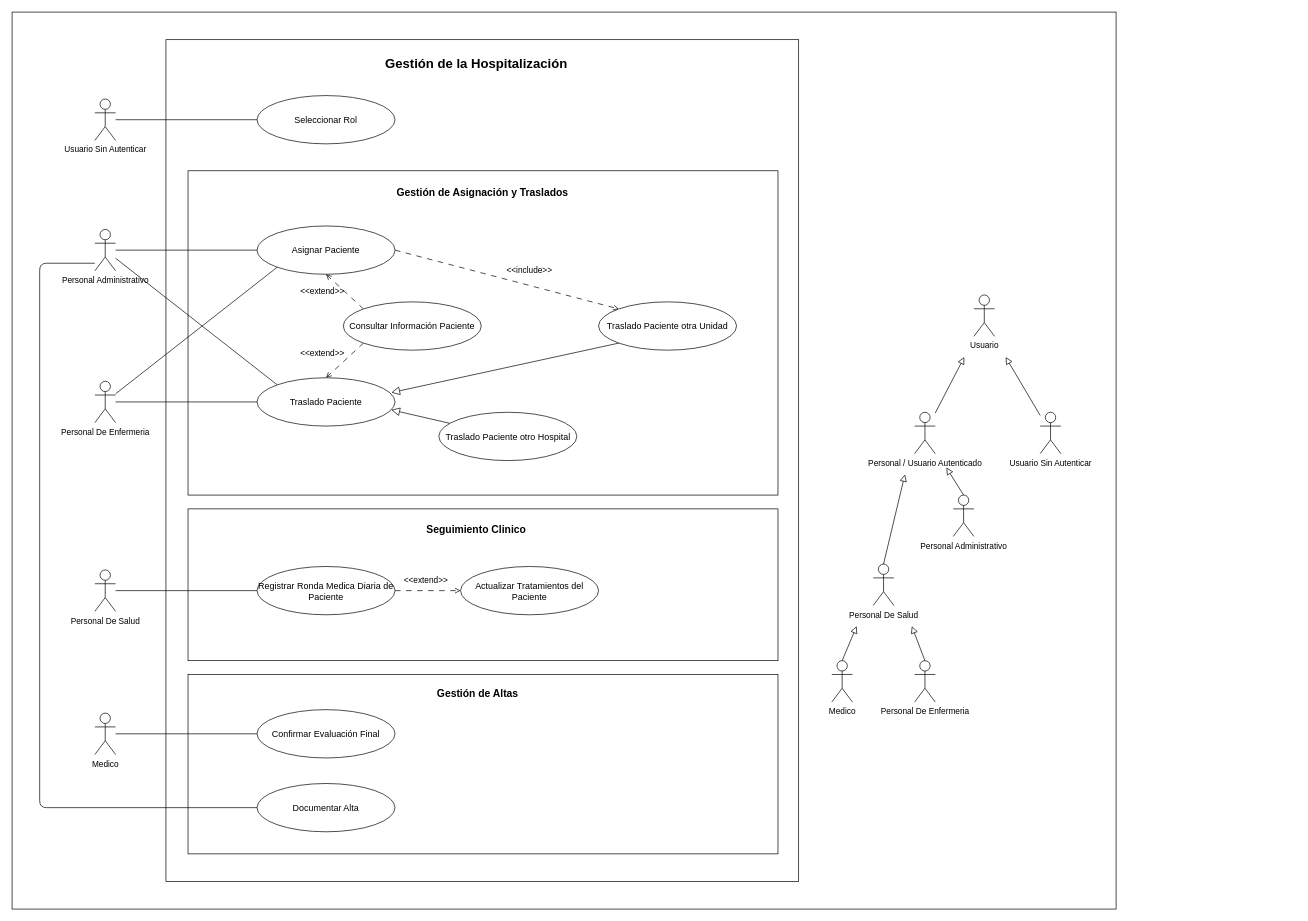
Before: uml/Diagrama de Casos de Usos/Diagrama de Casos de Uso.drawio in stoica25-byte/Reto-2-Entornos-Programacion, a draw.io diagram. Source tidied: cells renumbered, new cells numbered last; positions are measured from the earlier drawing's top-left corner, leaving out a move shared by most shapes. Both pictures are drawn from the tidied source at 69%, with x=0, y=0 at pixel (12, 12).
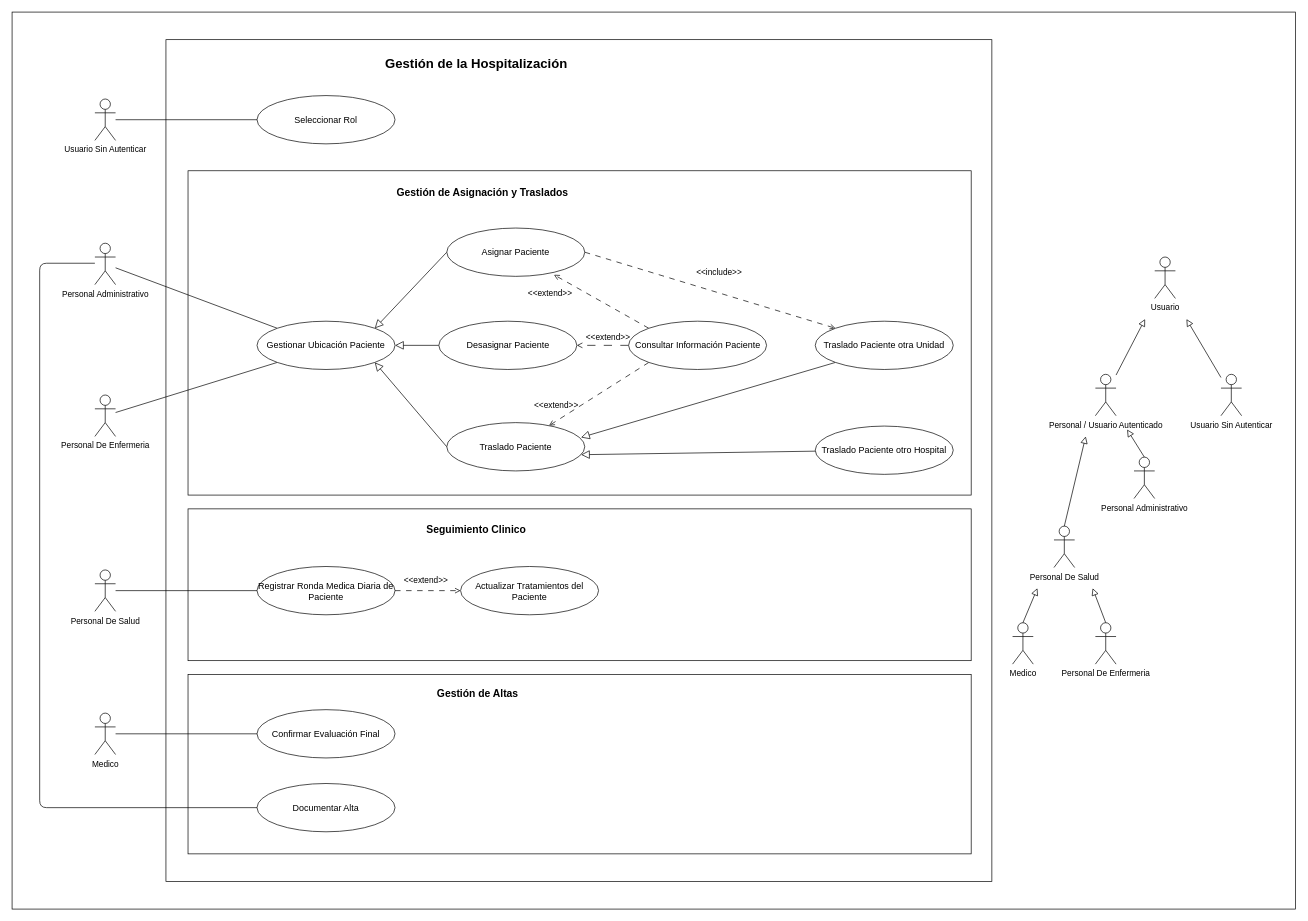
After the change.

Commit message (it also covers changes not shown here):
Modificación del diagrama de casos de uso. Diagrama Listo

Unchanged cells that the change refers to:
```xml
<mxCell id="38" value="Registrar Ronda Medica Diaria de Paciente" style="ellipse;whiteSpace=wrap;html=1;fontSize=13;" parent="1" vertex="1">
  <mxGeometry x="355" y="803.5" width="200" height="70" as="geometry" />
</mxCell>
<mxCell id="42" value="Confirmar Evaluación Final" style="ellipse;whiteSpace=wrap;html=1;fontSize=13;" parent="1" vertex="1">
  <mxGeometry x="355" y="1011" width="200" height="70" as="geometry" />
</mxCell>
<mxCell id="43" value="Documentar Alta" style="ellipse;whiteSpace=wrap;html=1;fontSize=13;" parent="1" vertex="1">
  <mxGeometry x="355" y="1118" width="200" height="70" as="geometry" />
</mxCell>
<mxCell id="47" value="Seleccionar Rol" style="ellipse;whiteSpace=wrap;html=1;fontSize=13;" parent="1" vertex="1">
  <mxGeometry x="355" y="121" width="200" height="70" as="geometry" />
</mxCell>
```

The edit, as a diff of the source:
```diff
@@
-    <mxCell id="2" style="rounded=0;whiteSpace=wrap;html=1;fillColor=default;" parent="1" vertex="1">
-      <mxGeometry width="1600" height="1300" as="geometry" />
-    </mxCell>
-    <mxCell id="3" style="rounded=0;whiteSpace=wrap;html=1;fillColor=none;" parent="1" vertex="1">
-      <mxGeometry x="223" y="40" width="917" height="1220" as="geometry" />
-    </mxCell>
-    <mxCell id="4" style="rounded=0;whiteSpace=wrap;html=1;fillColor=none;" parent="1" vertex="1">
-      <mxGeometry x="255" y="720" width="855" height="220" as="geometry" />
-    </mxCell>
-    <mxCell id="5" style="rounded=0;whiteSpace=wrap;html=1;fillColor=none;" parent="1" vertex="1">
-      <mxGeometry x="255" y="230" width="855" height="470" as="geometry" />
-    </mxCell>
-    <mxCell id="6" style="rounded=0;whiteSpace=wrap;html=1;" parent="1" vertex="1">
-      <mxGeometry x="255" y="960" width="855" height="260" as="geometry" />
-    </mxCell>
-    <mxCell id="7" style="rounded=0;jettySize=auto;html=1;endArrow=block;endFill=0;endSize=8;" parent="1" edge="1" source="8">
-      <mxGeometry relative="1" as="geometry">
-        <mxPoint x="1380" y="500" as="targetPoint" />
-      </mxGeometry>
-    </mxCell>
+    <mxCell id="57" style="rounded=0;whiteSpace=wrap;html=1;fillColor=default;" parent="1" vertex="1">
+      <mxGeometry width="1860" height="1300" as="geometry" />
+    </mxCell>
+    <mxCell id="58" style="rounded=0;whiteSpace=wrap;html=1;fillColor=none;" parent="1" vertex="1">
+      <mxGeometry x="223" y="40" width="1197" height="1220" as="geometry" />
+    </mxCell>
+    <mxCell id="59" style="rounded=0;whiteSpace=wrap;html=1;fillColor=none;" parent="1" vertex="1">
+      <mxGeometry x="255" y="720" width="1135" height="220" as="geometry" />
+    </mxCell>
+    <mxCell id="60" style="rounded=0;whiteSpace=wrap;html=1;fillColor=none;" parent="1" vertex="1">
+      <mxGeometry x="255" y="230" width="1135" height="470" as="geometry" />
+    </mxCell>
+    <mxCell id="61" style="rounded=0;whiteSpace=wrap;html=1;" parent="1" vertex="1">
+      <mxGeometry x="255" y="960" width="1135" height="260" as="geometry" />
+    </mxCell>
+    <mxCell id="62" style="rounded=0;jettySize=auto;html=1;endArrow=block;endFill=0;endSize=8;" parent="1" edge="1" source="8">
+      <mxGeometry relative="1" as="geometry">
+        <mxPoint x="1642" y="445" as="targetPoint" />
+      </mxGeometry>
+    </mxCell>
     <mxCell id="8" value="Personal / Usuario Autenticado" style="shape=umlActor;verticalLabelPosition=bottom;verticalAlign=top;html=1;outlineConnect=0;" parent="1" vertex="1">
-      <mxGeometry x="1308" y="580" width="30" height="60" as="geometry" />
+      <mxGeometry x="1570" y="525" width="30" height="60" as="geometry" />
     </mxCell>
-    <mxCell id="9" value="Personal De Salud" style="shape=umlActor;verticalLabelPosition=bottom;verticalAlign=top;html=1;outlineConnect=0;" parent="1" vertex="1">
-      <mxGeometry x="1248" y="800" width="30" height="60" as="geometry" />
-    </mxCell>
-    <mxCell id="10" value="Personal Administrativo" style="shape=umlActor;verticalLabelPosition=bottom;verticalAlign=top;html=1;outlineConnect=0;" parent="1" vertex="1">
-      <mxGeometry x="1364" y="700" width="30" height="60" as="geometry" />
-    </mxCell>
-    <mxCell id="11" style="rounded=0;jettySize=auto;html=1;endArrow=block;endFill=0;strokeWidth=1;endSize=8;exitX=0.5;exitY=0;exitDx=0;exitDy=0;exitPerimeter=0;" parent="1" edge="1" source="9">
-      <mxGeometry relative="1" as="geometry">
-        <mxPoint x="1294" y="670" as="targetPoint" />
-      </mxGeometry>
-    </mxCell>
-    <mxCell id="12" style="rounded=0;jettySize=auto;html=1;endArrow=block;endFill=0;strokeWidth=1;endSize=8;exitX=0.5;exitY=0;exitDx=0;exitDy=0;exitPerimeter=0;" parent="1" edge="1" source="10">
-      <mxGeometry relative="1" as="geometry">
-        <mxPoint x="1354" y="660" as="targetPoint" />
-      </mxGeometry>
-    </mxCell>
-    <mxCell id="13" value="Medico" style="shape=umlActor;verticalLabelPosition=bottom;verticalAlign=top;html=1;outlineConnect=0;" parent="1" vertex="1">
-      <mxGeometry x="1188" y="940" width="30" height="60" as="geometry" />
-    </mxCell>
-    <mxCell id="14" value="Personal De Enfermeria" style="shape=umlActor;verticalLabelPosition=bottom;verticalAlign=top;html=1;outlineConnect=0;" parent="1" vertex="1">
-      <mxGeometry x="1308" y="940" width="30" height="60" as="geometry" />
-    </mxCell>
-    <mxCell id="15" style="rounded=0;jettySize=auto;html=1;endArrow=block;endFill=0;strokeWidth=1;endSize=8;exitX=0.5;exitY=0;exitDx=0;exitDy=0;exitPerimeter=0;" parent="1" edge="1" source="13">
-      <mxGeometry relative="1" as="geometry">
-        <mxPoint x="1224" y="890" as="targetPoint" />
-      </mxGeometry>
-    </mxCell>
-    <mxCell id="16" style="rounded=0;jettySize=auto;html=1;endArrow=block;endFill=0;strokeWidth=1;endSize=8;exitX=0.5;exitY=0;exitDx=0;exitDy=0;exitPerimeter=0;" parent="1" edge="1" source="14">
-      <mxGeometry relative="1" as="geometry">
-        <mxPoint x="1304" y="890" as="targetPoint" />
-      </mxGeometry>
-    </mxCell>
+    <mxCell id="63" value="Personal De Salud" style="shape=umlActor;verticalLabelPosition=bottom;verticalAlign=top;html=1;outlineConnect=0;" parent="1" vertex="1">
+      <mxGeometry x="1510" y="745" width="30" height="60" as="geometry" />
+    </mxCell>
+    <mxCell id="64" value="Personal Administrativo" style="shape=umlActor;verticalLabelPosition=bottom;verticalAlign=top;html=1;outlineConnect=0;" parent="1" vertex="1">
+      <mxGeometry x="1626" y="645" width="30" height="60" as="geometry" />
+    </mxCell>
+    <mxCell id="65" style="rounded=0;jettySize=auto;html=1;endArrow=block;endFill=0;strokeWidth=1;endSize=8;exitX=0.5;exitY=0;exitDx=0;exitDy=0;exitPerimeter=0;" parent="1" edge="1" source="63">
+      <mxGeometry relative="1" as="geometry">
+        <mxPoint x="1556" y="615" as="targetPoint" />
+      </mxGeometry>
+    </mxCell>
+    <mxCell id="66" style="rounded=0;jettySize=auto;html=1;endArrow=block;endFill=0;strokeWidth=1;endSize=8;exitX=0.5;exitY=0;exitDx=0;exitDy=0;exitPerimeter=0;" parent="1" edge="1" source="64">
+      <mxGeometry relative="1" as="geometry">
+        <mxPoint x="1616" y="605" as="targetPoint" />
+      </mxGeometry>
+    </mxCell>
+    <mxCell id="67" value="Medico" style="shape=umlActor;verticalLabelPosition=bottom;verticalAlign=top;html=1;outlineConnect=0;" parent="1" vertex="1">
+      <mxGeometry x="1450" y="885" width="30" height="60" as="geometry" />
+    </mxCell>
+    <mxCell id="68" value="Personal De Enfermeria" style="shape=umlActor;verticalLabelPosition=bottom;verticalAlign=top;html=1;outlineConnect=0;" parent="1" vertex="1">
+      <mxGeometry x="1570" y="885" width="30" height="60" as="geometry" />
+    </mxCell>
+    <mxCell id="69" style="rounded=0;jettySize=auto;html=1;endArrow=block;endFill=0;strokeWidth=1;endSize=8;exitX=0.5;exitY=0;exitDx=0;exitDy=0;exitPerimeter=0;" parent="1" edge="1" source="67">
+      <mxGeometry relative="1" as="geometry">
+        <mxPoint x="1486" y="835" as="targetPoint" />
+      </mxGeometry>
+    </mxCell>
+    <mxCell id="70" style="rounded=0;jettySize=auto;html=1;endArrow=block;endFill=0;strokeWidth=1;endSize=8;exitX=0.5;exitY=0;exitDx=0;exitDy=0;exitPerimeter=0;" parent="1" edge="1" source="68">
+      <mxGeometry relative="1" as="geometry">
+        <mxPoint x="1566" y="835" as="targetPoint" />
+      </mxGeometry>
+    </mxCell>
@@
+    <mxCell id="71" style="rounded=0;jettySize=auto;html=1;entryX=1;entryY=0;entryDx=0;entryDy=0;exitX=0;exitY=0.5;exitDx=0;exitDy=0;endSize=10;endArrow=block;endFill=0;" parent="1" edge="1" source="18" target="90">
+      <mxGeometry relative="1" as="geometry" />
+    </mxCell>
     <mxCell id="18" value="Asignar Paciente" style="ellipse;whiteSpace=wrap;html=1;fontSize=13;" parent="1" vertex="1">
-      <mxGeometry x="355" y="310" width="200" height="70" as="geometry" />
+      <mxGeometry x="630" y="313" width="200" height="70" as="geometry" />
     </mxCell>
-    <mxCell id="19" style="rounded=0;jettySize=auto;html=1;endArrow=none;endFill=0;" parent="1" edge="1" source="22" target="18">
-      <mxGeometry relative="1" as="geometry" />
-    </mxCell>
-    <mxCell id="20" style="rounded=0;jettySize=auto;html=1;entryX=0;entryY=0;entryDx=0;entryDy=0;endArrow=none;endFill=0;" parent="1" edge="1" source="22" target="29">
-      <mxGeometry relative="1" as="geometry" />
-    </mxCell>
-    <mxCell id="21" style="edgeStyle=orthogonalEdgeStyle;rounded=1;jettySize=auto;html=1;entryX=0;entryY=0.5;entryDx=0;entryDy=0;curved=0;endArrow=none;endFill=0;" parent="1" edge="1" source="22" target="43">
-      <mxGeometry relative="1" as="geometry">
-        <Array as="points">
-          <mxPoint x="40" y="364" />
-          <mxPoint x="40" y="1153" />
-        </Array>
-      </mxGeometry>
-    </mxCell>
-    <mxCell id="22" value="Personal Administrativo" style="shape=umlActor;verticalLabelPosition=bottom;verticalAlign=top;html=1;outlineConnect=0;" parent="1" vertex="1">
-      <mxGeometry x="120" y="315" width="30" height="60" as="geometry" />
-    </mxCell>
-    <mxCell id="23" style="rounded=0;jettySize=auto;html=1;entryX=0;entryY=1;entryDx=0;entryDy=0;endArrow=none;endFill=0;" parent="1" edge="1" source="25" target="18">
-      <mxGeometry relative="1" as="geometry" />
-    </mxCell>
-    <mxCell id="24" style="edgeStyle=orthogonalEdgeStyle;rounded=0;jettySize=auto;html=1;entryX=0;entryY=0.5;entryDx=0;entryDy=0;endArrow=none;endFill=0;" parent="1" edge="1" source="25" target="29">
-      <mxGeometry relative="1" as="geometry" />
-    </mxCell>
-    <mxCell id="25" value="Personal De Enfermeria" style="shape=umlActor;verticalLabelPosition=bottom;verticalAlign=top;html=1;outlineConnect=0;" parent="1" vertex="1">
-      <mxGeometry x="120" y="535" width="30" height="60" as="geometry" />
-    </mxCell>
+    <mxCell id="72" style="rounded=0;jettySize=auto;html=1;endArrow=none;endFill=0;entryX=0;entryY=0;entryDx=0;entryDy=0;" parent="1" edge="1" source="74" target="90">
+      <mxGeometry relative="1" as="geometry" />
+    </mxCell>
+    <mxCell id="73" style="edgeStyle=orthogonalEdgeStyle;rounded=1;jettySize=auto;html=1;entryX=0;entryY=0.5;entryDx=0;entryDy=0;curved=0;endArrow=none;endFill=0;" parent="1" edge="1" source="74" target="43">
+      <mxGeometry relative="1" as="geometry">
+        <Array as="points">
+          <mxPoint x="40" y="364" />
+          <mxPoint x="40" y="1153" />
+        </Array>
+      </mxGeometry>
+    </mxCell>
+    <mxCell id="74" value="Personal Administrativo" style="shape=umlActor;verticalLabelPosition=bottom;verticalAlign=top;html=1;outlineConnect=0;" parent="1" vertex="1">
+      <mxGeometry x="120" y="335" width="30" height="60" as="geometry" />
+    </mxCell>
+    <mxCell id="75" style="rounded=0;jettySize=auto;html=1;endArrow=none;endFill=0;entryX=0;entryY=1;entryDx=0;entryDy=0;" parent="1" edge="1" source="76" target="90">
+      <mxGeometry relative="1" as="geometry" />
+    </mxCell>
+    <mxCell id="76" value="Personal De Enfermeria" style="shape=umlActor;verticalLabelPosition=bottom;verticalAlign=top;html=1;outlineConnect=0;" parent="1" vertex="1">
+      <mxGeometry x="120" y="555" width="30" height="60" as="geometry" />
+    </mxCell>
-    <mxCell id="26" style="rounded=0;jettySize=auto;html=1;exitX=0;exitY=1;exitDx=0;exitDy=0;entryX=0.5;entryY=0;entryDx=0;entryDy=0;dashed=1;dashPattern=8 8;endArrow=open;endFill=0;" parent="1" edge="1" source="28" target="29">
+    <mxCell id="26" style="rounded=0;jettySize=auto;html=1;exitX=0;exitY=1;exitDx=0;exitDy=0;dashed=1;dashPattern=8 8;endArrow=open;endFill=0;" parent="1" edge="1" source="28" target="29">
       <mxGeometry relative="1" as="geometry" />
     </mxCell>
-    <mxCell id="27" style="rounded=0;jettySize=auto;html=1;exitX=0;exitY=0;exitDx=0;exitDy=0;entryX=0.5;entryY=1;entryDx=0;entryDy=0;dashed=1;dashPattern=8 8;endArrow=open;endFill=0;" parent="1" edge="1" source="28" target="18">
+    <mxCell id="27" style="rounded=0;jettySize=auto;html=1;exitX=0;exitY=0;exitDx=0;exitDy=0;entryX=0.777;entryY=0.968;entryDx=0;entryDy=0;dashed=1;dashPattern=8 8;endArrow=open;endFill=0;entryPerimeter=0;" parent="1" edge="1" source="28" target="18">
       <mxGeometry relative="1" as="geometry" />
     </mxCell>
+    <mxCell id="77" style="edgeStyle=orthogonalEdgeStyle;rounded=0;jettySize=auto;html=1;entryX=1;entryY=0.5;entryDx=0;entryDy=0;endArrow=open;endFill=0;dashed=1;dashPattern=12 12;" parent="1" edge="1" source="28" target="92">
+      <mxGeometry relative="1" as="geometry" />
+    </mxCell>
     <mxCell id="28" value="Consultar Información Paciente" style="ellipse;whiteSpace=wrap;html=1;fontSize=13;" parent="1" vertex="1">
-      <mxGeometry x="480" y="420" width="200" height="70" as="geometry" />
+      <mxGeometry x="893.5" y="448" width="200" height="70" as="geometry" />
     </mxCell>
+    <mxCell id="78" style="rounded=0;jettySize=auto;html=1;entryX=1;entryY=1;entryDx=0;entryDy=0;exitX=0;exitY=0.5;exitDx=0;exitDy=0;endSize=10;endArrow=block;endFill=0;" parent="1" edge="1" source="29" target="90">
+      <mxGeometry relative="1" as="geometry" />
+    </mxCell>
     <mxCell id="29" value="Traslado Paciente" style="ellipse;whiteSpace=wrap;html=1;fontSize=13;" parent="1" vertex="1">
-      <mxGeometry x="355" y="530" width="200" height="70" as="geometry" />
+      <mxGeometry x="630" y="595" width="200" height="70" as="geometry" />
     </mxCell>
@@
     <mxCell id="31" value="Traslado Paciente otra Unidad" style="ellipse;whiteSpace=wrap;html=1;fontSize=13;" parent="1" vertex="1">
-      <mxGeometry x="850" y="420" width="200" height="70" as="geometry" />
+      <mxGeometry x="1164" y="448" width="200" height="70" as="geometry" />
     </mxCell>
     <mxCell id="32" value="Traslado Paciente otro Hospital" style="ellipse;whiteSpace=wrap;html=1;fontSize=13;" parent="1" vertex="1">
-      <mxGeometry x="618.5" y="580" width="200" height="70" as="geometry" />
+      <mxGeometry x="1164" y="600" width="200" height="70" as="geometry" />
     </mxCell>
-    <mxCell id="33" value="&amp;lt;&amp;lt;extend&amp;gt;&amp;gt;" style="text;html=1;align=center;verticalAlign=middle;whiteSpace=wrap;rounded=0;" parent="1" vertex="1">
-      <mxGeometry x="420" y="390" width="60" height="30" as="geometry" />
-    </mxCell>
+    <mxCell id="79" value="&amp;lt;&amp;lt;extend&amp;gt;&amp;gt;" style="text;html=1;align=center;verticalAlign=middle;whiteSpace=wrap;rounded=0;" parent="1" vertex="1">
+      <mxGeometry x="750" y="393" width="60" height="30" as="geometry" />
+    </mxCell>
     <mxCell id="34" value="Usuario" style="shape=umlActor;verticalLabelPosition=bottom;verticalAlign=top;html=1;" parent="1" vertex="1">
-      <mxGeometry x="1394" y="410" width="30" height="60" as="geometry" />
+      <mxGeometry x="1656" y="355" width="30" height="60" as="geometry" />
     </mxCell>
-    <mxCell id="35" style="edgeStyle=orthogonalEdgeStyle;rounded=0;jettySize=auto;html=1;entryX=0;entryY=0.5;entryDx=0;entryDy=0;endArrow=none;endFill=0;" parent="1" edge="1" source="36" target="38">
-      <mxGeometry relative="1" as="geometry" />
-    </mxCell>
-    <mxCell id="36" value="Personal De Salud" style="shape=umlActor;verticalLabelPosition=bottom;verticalAlign=top;html=1;outlineConnect=0;" parent="1" vertex="1">
-      <mxGeometry x="120" y="808.5" width="30" height="60" as="geometry" />
-    </mxCell>
+    <mxCell id="80" style="edgeStyle=orthogonalEdgeStyle;rounded=0;jettySize=auto;html=1;entryX=0;entryY=0.5;entryDx=0;entryDy=0;endArrow=none;endFill=0;" parent="1" edge="1" source="81" target="38">
+      <mxGeometry relative="1" as="geometry" />
+    </mxCell>
+    <mxCell id="81" value="Personal De Salud" style="shape=umlActor;verticalLabelPosition=bottom;verticalAlign=top;html=1;outlineConnect=0;" parent="1" vertex="1">
+      <mxGeometry x="120" y="808.5" width="30" height="60" as="geometry" />
+    </mxCell>
@@
-    <mxCell id="40" style="edgeStyle=orthogonalEdgeStyle;rounded=0;jettySize=auto;html=1;entryX=0;entryY=0.5;entryDx=0;entryDy=0;endArrow=none;endFill=0;" parent="1" edge="1" source="41" target="42">
-      <mxGeometry relative="1" as="geometry" />
-    </mxCell>
-    <mxCell id="41" value="Medico" style="shape=umlActor;verticalLabelPosition=bottom;verticalAlign=top;html=1;outlineConnect=0;" parent="1" vertex="1">
-      <mxGeometry x="120" y="1016" width="30" height="60" as="geometry" />
-    </mxCell>
+    <mxCell id="82" style="edgeStyle=orthogonalEdgeStyle;rounded=0;jettySize=auto;html=1;entryX=0;entryY=0.5;entryDx=0;entryDy=0;endArrow=none;endFill=0;" parent="1" edge="1" source="83" target="42">
+      <mxGeometry relative="1" as="geometry" />
+    </mxCell>
+    <mxCell id="83" value="Medico" style="shape=umlActor;verticalLabelPosition=bottom;verticalAlign=top;html=1;outlineConnect=0;" parent="1" vertex="1">
+      <mxGeometry x="120" y="1016" width="30" height="60" as="geometry" />
+    </mxCell>
@@
-    <mxCell id="45" style="edgeStyle=orthogonalEdgeStyle;rounded=0;jettySize=auto;html=1;entryX=0;entryY=0.5;entryDx=0;entryDy=0;endArrow=none;endFill=0;" parent="1" edge="1" source="46" target="47">
-      <mxGeometry relative="1" as="geometry" />
-    </mxCell>
-    <mxCell id="46" value="Usuario Sin Autenticar" style="shape=umlActor;verticalLabelPosition=bottom;verticalAlign=top;html=1;outlineConnect=0;" parent="1" vertex="1">
-      <mxGeometry x="120" y="126" width="30" height="60" as="geometry" />
-    </mxCell>
+    <mxCell id="84" style="edgeStyle=orthogonalEdgeStyle;rounded=0;jettySize=auto;html=1;entryX=0;entryY=0.5;entryDx=0;entryDy=0;endArrow=none;endFill=0;" parent="1" edge="1" source="85" target="47">
+      <mxGeometry relative="1" as="geometry" />
+    </mxCell>
+    <mxCell id="85" value="Usuario Sin Autenticar" style="shape=umlActor;verticalLabelPosition=bottom;verticalAlign=top;html=1;outlineConnect=0;" parent="1" vertex="1">
+      <mxGeometry x="120" y="126" width="30" height="60" as="geometry" />
+    </mxCell>
@@
     <mxCell id="52" value="&amp;lt;&amp;lt;include&amp;gt;&amp;gt;" style="text;html=1;align=center;verticalAlign=middle;whiteSpace=wrap;rounded=0;" parent="1" vertex="1">
-      <mxGeometry x="720" y="360" width="60" height="30" as="geometry" />
+      <mxGeometry x="995" y="363" width="60" height="30" as="geometry" />
     </mxCell>
-    <mxCell id="53" value="&amp;lt;&amp;lt;extend&amp;gt;&amp;gt;" style="text;html=1;align=center;verticalAlign=middle;whiteSpace=wrap;rounded=0;" parent="1" vertex="1">
-      <mxGeometry x="420" y="480" width="60" height="30" as="geometry" />
-    </mxCell>
-    <mxCell id="54" value="&amp;lt;&amp;lt;extend&amp;gt;&amp;gt;" style="text;html=1;align=center;verticalAlign=middle;whiteSpace=wrap;rounded=0;" parent="1" vertex="1">
-      <mxGeometry x="570" y="808.5" width="60" height="30" as="geometry" />
-    </mxCell>
-    <mxCell id="55" style="rounded=0;jettySize=auto;html=1;endArrow=block;endFill=0;endSize=8;" parent="1" edge="1" source="56">
-      <mxGeometry relative="1" as="geometry">
-        <mxPoint x="1440" y="500" as="targetPoint" />
-      </mxGeometry>
-    </mxCell>
-    <mxCell id="56" value="Usuario Sin Autenticar" style="shape=umlActor;verticalLabelPosition=bottom;verticalAlign=top;html=1;outlineConnect=0;" parent="1" vertex="1">
-      <mxGeometry x="1490" y="580" width="30" height="60" as="geometry" />
-    </mxCell>
+    <mxCell id="86" value="&amp;lt;&amp;lt;extend&amp;gt;&amp;gt;" style="text;html=1;align=center;verticalAlign=middle;whiteSpace=wrap;rounded=0;" parent="1" vertex="1">
+      <mxGeometry x="758.5" y="555" width="60" height="30" as="geometry" />
+    </mxCell>
+    <mxCell id="87" value="&amp;lt;&amp;lt;extend&amp;gt;&amp;gt;" style="text;html=1;align=center;verticalAlign=middle;whiteSpace=wrap;rounded=0;" parent="1" vertex="1">
+      <mxGeometry x="570" y="808.5" width="60" height="30" as="geometry" />
+    </mxCell>
+    <mxCell id="88" style="rounded=0;jettySize=auto;html=1;endArrow=block;endFill=0;endSize=8;" parent="1" edge="1" source="89">
+      <mxGeometry relative="1" as="geometry">
+        <mxPoint x="1702" y="445" as="targetPoint" />
+      </mxGeometry>
+    </mxCell>
+    <mxCell id="89" value="Usuario Sin Autenticar" style="shape=umlActor;verticalLabelPosition=bottom;verticalAlign=top;html=1;outlineConnect=0;" parent="1" vertex="1">
+      <mxGeometry x="1752" y="525" width="30" height="60" as="geometry" />
+    </mxCell>
+    <mxCell id="90" value="Gestionar Ubicación Paciente" style="ellipse;whiteSpace=wrap;html=1;fontSize=13;" parent="1" vertex="1">
+      <mxGeometry x="355" y="448" width="200" height="70" as="geometry" />
+    </mxCell>
+    <mxCell id="91" style="edgeStyle=orthogonalEdgeStyle;rounded=0;jettySize=auto;html=1;entryX=1;entryY=0.5;entryDx=0;entryDy=0;endSize=10;endArrow=block;endFill=0;" parent="1" edge="1" source="92" target="90">
+      <mxGeometry relative="1" as="geometry" />
+    </mxCell>
+    <mxCell id="92" value="Desasignar Paciente" style="ellipse;whiteSpace=wrap;html=1;fontSize=13;" parent="1" vertex="1">
+      <mxGeometry x="618.5" y="448" width="200" height="70" as="geometry" />
+    </mxCell>
+    <mxCell id="93" value="&amp;lt;&amp;lt;extend&amp;gt;&amp;gt;" style="text;html=1;align=center;verticalAlign=middle;whiteSpace=wrap;rounded=0;" parent="1" vertex="1">
+      <mxGeometry x="833.5" y="457" width="60" height="30" as="geometry" />
+    </mxCell>
```
